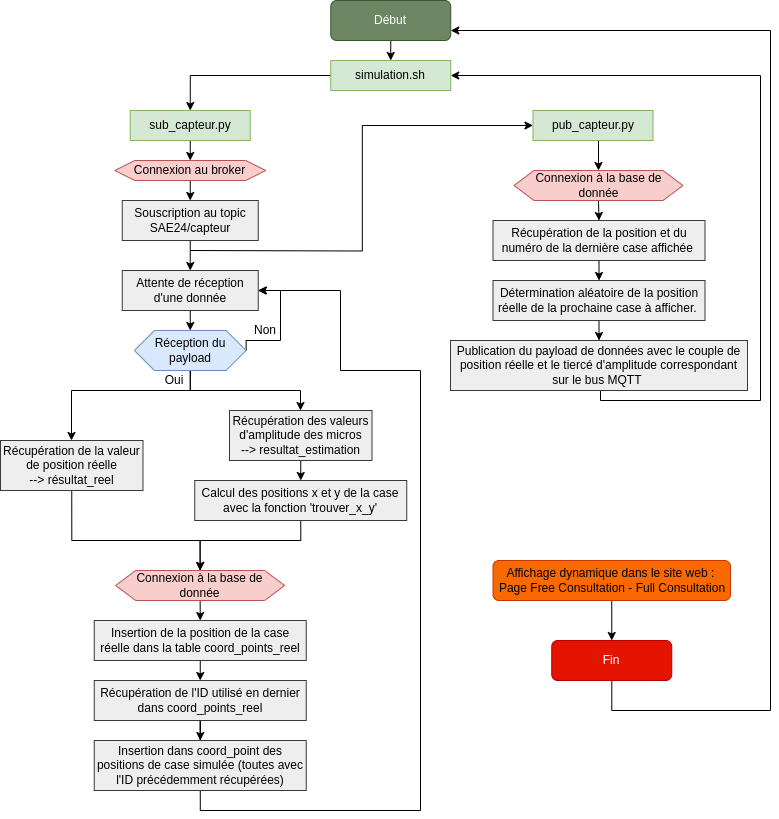
Earlier version of the draw.io export img/flow_chart.png (ange-projects/SAE24). Source tidied: cells renumbered, new cells last; positions are measured from the earlier drawing's top-left corner, leaving out a move shared by most shapes.
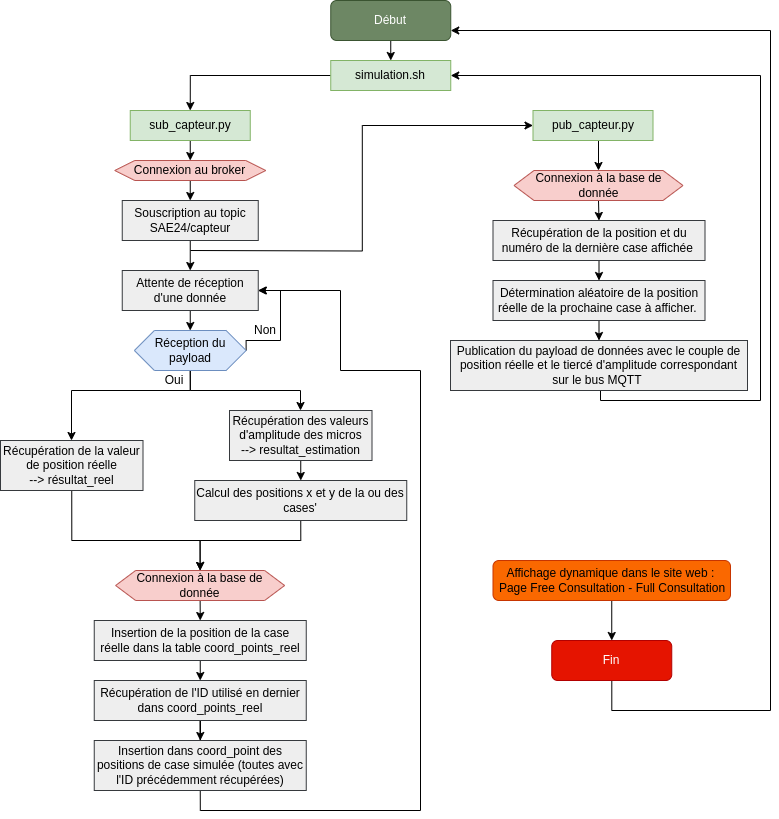
Above is the later version.

Commit message:
Chat et img accueil

What changed in the source:
```diff
@@ -180,7 +180,7 @@
         </Array>
       </mxGeometry>
     </mxCell>
-    <mxCell id="45" value="Calcul des positions x et y de la case avec la fonction 'trouver_x_y'" style="rounded=0;whiteSpace=wrap;html=1;fillColor=#eeeeee;strokeColor=#36393d;" parent="1" vertex="1">
+    <mxCell id="45" value="Calcul des positions x et y de la ou des cases'" style="rounded=0;whiteSpace=wrap;html=1;fillColor=#eeeeee;strokeColor=#36393d;" parent="1" vertex="1">
       <mxGeometry x="194.2" y="480" width="212" height="40" as="geometry" />
     </mxCell>
     <mxCell id="46" value="Non" style="text;html=1;strokeColor=none;fillColor=none;align=center;verticalAlign=middle;whiteSpace=wrap;rounded=0;" parent="1" vertex="1">
```
